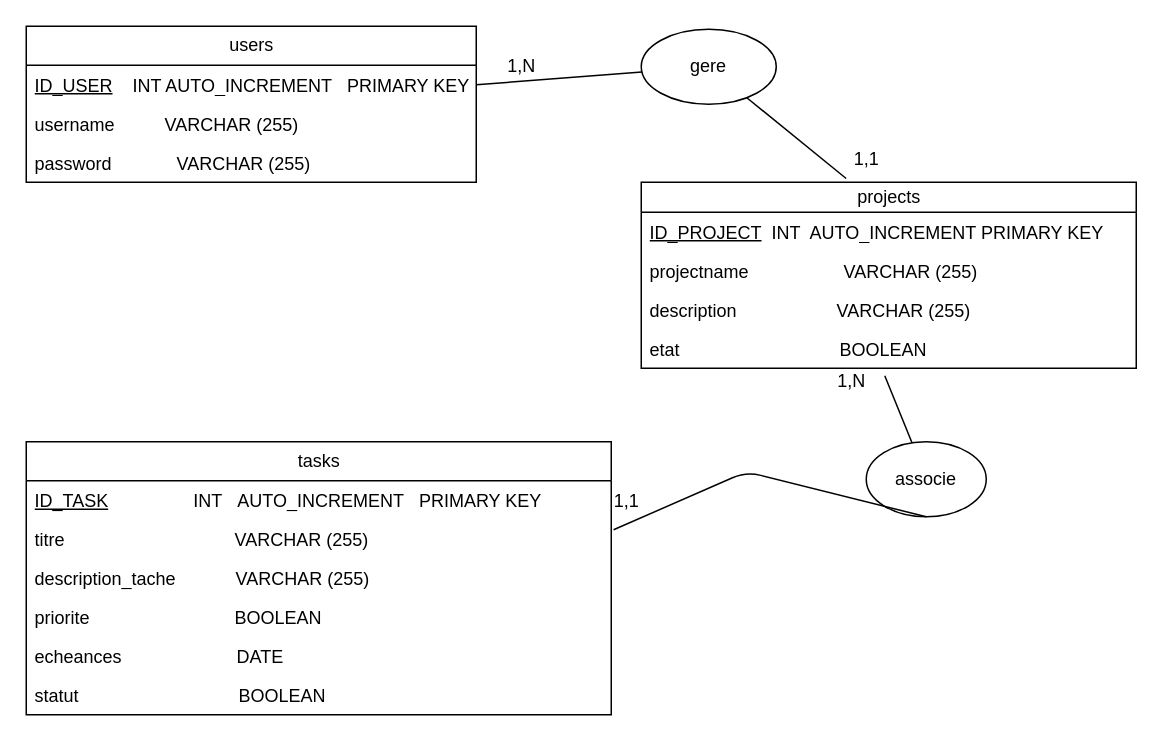
Earlier version of the draw.io diagram mcd.drawio (LaliaG/projetsTachesECF1). Source tidied: cells renumbered, new cells numbered last; positions are measured from the earlier drawing's top-left corner, leaving out a move shared by most shapes. Both pictures are drawn from the tidied source at 150%, with x=0, y=0 at pixel (26, 26).
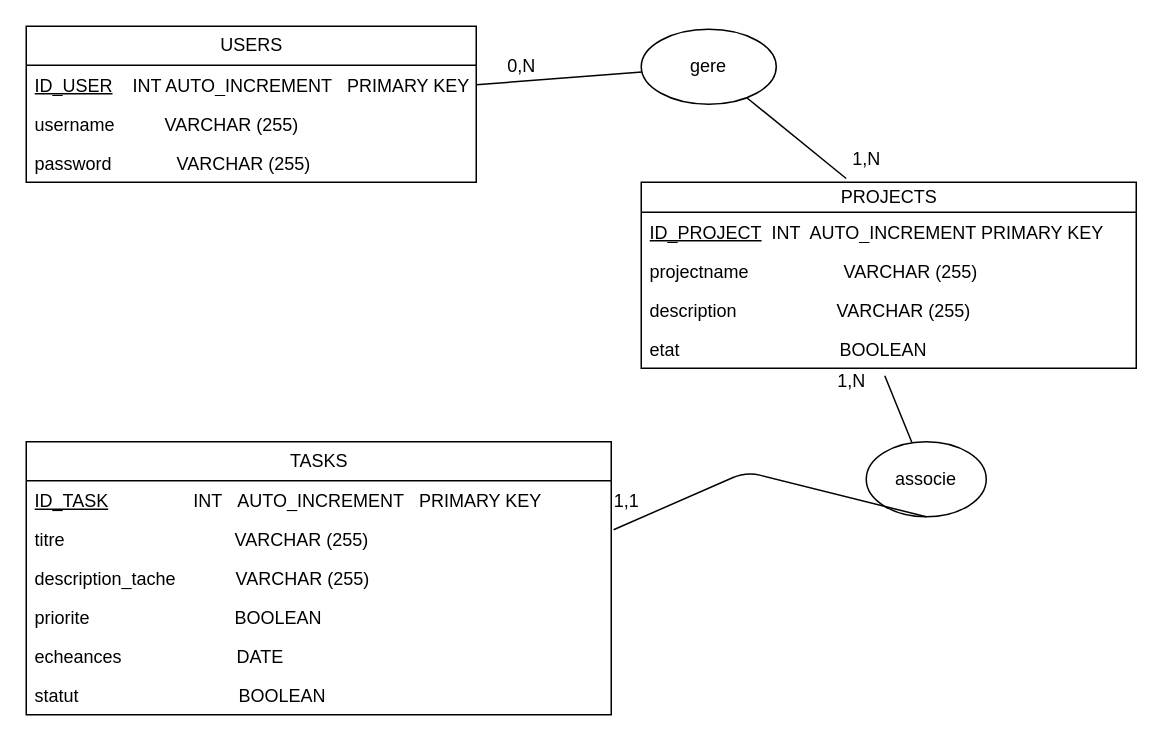
The same page after the edit.

Change to the diagram source:
```diff
@@
-    <mxCell id="2" value="users" style="swimlane;fontStyle=0;horizontal=1;startSize=26;fillColor=none;html=1;" parent="1" vertex="1">
+    <mxCell id="2" value="USERS" style="swimlane;fontStyle=0;horizontal=1;startSize=26;fillColor=none;html=1;" parent="1" vertex="1">
       <mxGeometry width="300" height="104" as="geometry" />
     </mxCell>
@@
-    <mxCell id="6" value="projects" style="swimlane;fontStyle=0;horizontal=1;startSize=20;fillColor=none;html=1;" parent="1" vertex="1">
+    <mxCell id="6" value="PROJECTS" style="swimlane;fontStyle=0;horizontal=1;startSize=20;fillColor=none;html=1;" parent="1" vertex="1">
       <mxGeometry x="410" y="104" width="330" height="124" as="geometry" />
     </mxCell>
@@
-    <mxCell id="11" value="tasks" style="swimlane;fontStyle=0;horizontal=1;startSize=26;fillColor=none;html=1;" parent="1" vertex="1">
+    <mxCell id="11" value="TASKS" style="swimlane;fontStyle=0;horizontal=1;startSize=26;fillColor=none;html=1;" parent="1" vertex="1">
       <mxGeometry y="277" width="390" height="182" as="geometry" />
     </mxCell>
@@
-    <mxCell id="18" value="1,N" style="text;html=1;align=center;verticalAlign=middle;strokeColor=none;fillColor=none;" parent="1" vertex="1">
+    <mxCell id="18" value="0,N" style="text;html=1;align=center;verticalAlign=middle;strokeColor=none;fillColor=none;" parent="1" vertex="1">
       <mxGeometry x="310" y="12" width="40" height="30" as="geometry" />
     </mxCell>
@@
-    <mxCell id="25" value="1,1" style="text;html=1;align=center;verticalAlign=middle;strokeColor=none;fillColor=none;" parent="1" vertex="1">
+    <mxCell id="25" value="1,N" style="text;html=1;align=center;verticalAlign=middle;strokeColor=none;fillColor=none;" parent="1" vertex="1">
       <mxGeometry x="540" y="74" width="40" height="30" as="geometry" />
     </mxCell>
```
